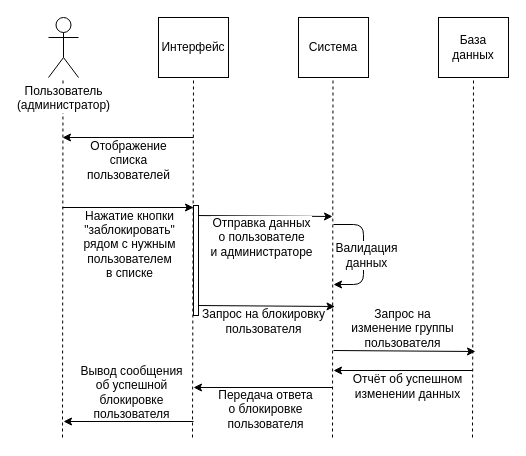
This is Diagrams/Cases Diagrams/Block User Diagram.drawio from Fake-Make/Au, a draw.io file, before an edit. Source tidied: cells renumbered, new cells numbered last; positions are measured from the earlier drawing's top-left corner, leaving out a move shared by most shapes. Both pictures are drawn from the tidied source at 100%, with x=0, y=0 at pixel (48, 17).
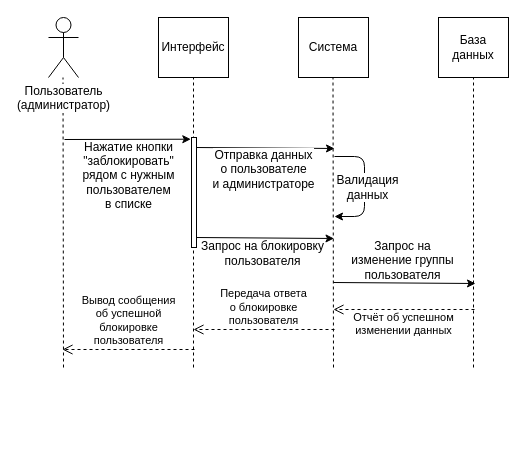
After the change.

The change refers to these unchanged cells:
```xml
<mxCell id="4" value="База данных" style="rounded=0;whiteSpace=wrap;html=1;" parent="1" vertex="1">
  <mxGeometry x="390" width="70" height="60" as="geometry" />
</mxCell>
```

What changed in the source:
```diff
@@
     <mxCell id="5" style="endArrow=none;dashed=1;html=1;entryX=0.5;entryY=1;entryDx=0;entryDy=0;" parent="1" edge="1" target="4">
       <mxGeometry relative="1" as="geometry">
-        <mxPoint x="424" y="420" as="sourcePoint" />
+        <mxPoint x="425" y="350" as="sourcePoint" />
       </mxGeometry>
     </mxCell>
     <mxCell id="6" style="endArrow=none;dashed=1;html=1;entryX=0.5;entryY=1;entryDx=0;entryDy=0;" parent="1" edge="1">
       <mxGeometry relative="1" as="geometry">
-        <mxPoint x="284" y="420" as="sourcePoint" />
+        <mxPoint x="285" y="350" as="sourcePoint" />
         <mxPoint x="284.5" y="60" as="targetPoint" />
       </mxGeometry>
     </mxCell>
     <mxCell id="7" style="endArrow=none;dashed=1;html=1;entryX=0.5;entryY=1;entryDx=0;entryDy=0;" parent="1" edge="1">
       <mxGeometry relative="1" as="geometry">
-        <mxPoint x="144" y="420" as="sourcePoint" />
+        <mxPoint x="145" y="350" as="sourcePoint" />
         <mxPoint x="145" y="60" as="targetPoint" />
       </mxGeometry>
     </mxCell>
     <mxCell id="8" style="endArrow=none;dashed=1;html=1;entryX=0.5;entryY=1;entryDx=0;entryDy=0;" parent="1" edge="1">
       <mxGeometry relative="1" as="geometry">
-        <mxPoint x="14" y="420" as="sourcePoint" />
+        <mxPoint x="15" y="350" as="sourcePoint" />
         <mxPoint x="14.5" y="60" as="targetPoint" />
       </mxGeometry>
     </mxCell>
@@
-    <mxCell id="10" style="endArrow=classic;html=1;" parent="1" edge="1">
-      <mxGeometry relative="1" as="geometry">
-        <mxPoint x="145" y="120" as="sourcePoint" />
-        <mxPoint x="14" y="120" as="targetPoint" />
-      </mxGeometry>
-    </mxCell>
-    <mxCell id="11" value="Отображение&lt;br&gt;списка&lt;br&gt;пользователей" style="text;html=1;align=center;verticalAlign=middle;labelBackgroundColor=#ffffff;" parent="10" vertex="1">
-      <mxGeometry x="0.17" relative="1" as="geometry">
-        <mxPoint x="11.5" y="22" as="offset" />
-      </mxGeometry>
-    </mxCell>
-    <mxCell id="12" style="endArrow=classic;html=1;" parent="1" edge="1">
+    <mxCell id="12" style="endArrow=classic;html=1;entryX=-0.133;entryY=0.015;entryDx=0;entryDy=0;entryPerimeter=0;" parent="1" edge="1">
       <mxGeometry relative="1" as="geometry">
-        <mxPoint x="14" y="190" as="sourcePoint" />
-        <mxPoint x="145" y="190" as="targetPoint" />
+        <mxPoint x="16" y="122" as="sourcePoint" />
+        <mxPoint x="142.3" y="121.7" as="targetPoint" />
       </mxGeometry>
     </mxCell>
@@
     <mxCell id="14" style="endArrow=classic;html=1;" parent="1" edge="1">
       <mxGeometry relative="1" as="geometry">
-        <mxPoint x="285" y="333" as="sourcePoint" />
-        <mxPoint x="427" y="334" as="targetPoint" />
+        <mxPoint x="285" y="265" as="sourcePoint" />
+        <mxPoint x="427" y="266" as="targetPoint" />
       </mxGeometry>
     </mxCell>
@@
-    <mxCell id="16" style="endArrow=classic;html=1;" parent="1" edge="1">
-      <mxGeometry relative="1" as="geometry">
-        <mxPoint x="424" y="353" as="sourcePoint" />
-        <mxPoint x="285" y="353" as="targetPoint" />
-      </mxGeometry>
-    </mxCell>
-    <mxCell id="17" value="Отчёт об успешном&lt;br&gt;изменении данных&lt;br&gt;" style="text;html=1;align=center;verticalAlign=middle;labelBackgroundColor=#ffffff;" parent="16" vertex="1">
-      <mxGeometry x="-0.36" y="1" relative="1" as="geometry">
-        <mxPoint x="-22" y="14" as="offset" />
-      </mxGeometry>
-    </mxCell>
-    <mxCell id="18" style="endArrow=classic;html=1;" parent="1" edge="1">
-      <mxGeometry relative="1" as="geometry">
-        <mxPoint x="284" y="370" as="sourcePoint" />
-        <mxPoint x="145" y="370" as="targetPoint" />
-      </mxGeometry>
-    </mxCell>
-    <mxCell id="19" value="Передача ответа&lt;br&gt;о блокировке&lt;br&gt;пользователя&lt;br&gt;" style="text;html=1;align=center;verticalAlign=middle;labelBackgroundColor=#ffffff;" parent="18" vertex="1">
-      <mxGeometry x="0.18" y="-2" relative="1" as="geometry">
-        <mxPoint x="14.5" y="23" as="offset" />
-      </mxGeometry>
-    </mxCell>
-    <mxCell id="20" style="endArrow=classic;html=1;" parent="1" edge="1">
-      <mxGeometry relative="1" as="geometry">
-        <mxPoint x="145" y="404" as="sourcePoint" />
-        <mxPoint x="15" y="404" as="targetPoint" />
-      </mxGeometry>
-    </mxCell>
-    <mxCell id="21" value="Вывод сообщения&lt;br&gt;об успешной&lt;br&gt;блокировке&lt;br&gt;пользователя&lt;br&gt;" style="text;html=1;align=center;verticalAlign=middle;labelBackgroundColor=#ffffff;" parent="20" vertex="1">
-      <mxGeometry x="-0.12" relative="1" as="geometry">
-        <mxPoint x="-6" y="-30" as="offset" />
-      </mxGeometry>
-    </mxCell>
     <mxCell id="22" style="endArrow=classic;html=1;" parent="1" edge="1">
       <mxGeometry relative="1" as="geometry">
-        <mxPoint x="147.5" y="288" as="sourcePoint" />
-        <mxPoint x="286.5" y="289" as="targetPoint" />
+        <mxPoint x="146.5" y="220" as="sourcePoint" />
+        <mxPoint x="285.5" y="221" as="targetPoint" />
       </mxGeometry>
     </mxCell>
@@
     <mxCell id="24" style="endArrow=classic;html=1;" parent="1" edge="1">
       <mxGeometry relative="1" as="geometry">
-        <mxPoint x="145" y="198" as="sourcePoint" />
-        <mxPoint x="284" y="199" as="targetPoint" />
+        <mxPoint x="147" y="130" as="sourcePoint" />
+        <mxPoint x="286" y="131" as="targetPoint" />
       </mxGeometry>
     </mxCell>
@@
     <mxCell id="26" style="endArrow=classic;html=1;" parent="1" edge="1">
       <mxGeometry relative="1" as="geometry">
-        <mxPoint x="285" y="207" as="sourcePoint" />
-        <mxPoint x="285" y="267" as="targetPoint" />
+        <mxPoint x="286" y="139" as="sourcePoint" />
+        <mxPoint x="286" y="199" as="targetPoint" />
         <Array as="points">
-          <mxPoint x="315" y="207" />
-          <mxPoint x="315" y="267" />
+          <mxPoint x="316" y="139" />
+          <mxPoint x="316" y="199" />
         </Array>
       </mxGeometry>
     </mxCell>
@@
     <mxCell id="28" style="rounded=0;whiteSpace=wrap;html=1;" parent="1" vertex="1">
-      <mxGeometry x="145" y="188" width="5" height="110" as="geometry" />
+      <mxGeometry x="143" y="120" width="5" height="110" as="geometry" />
     </mxCell>
+    <mxCell id="17" value="&lt;span&gt;Отчёт об успешном&lt;/span&gt;&lt;br&gt;&lt;span&gt;изменении данных&lt;/span&gt;" style="html=1;verticalAlign=bottom;endArrow=open;dashed=1;endSize=8;" parent="1" edge="1">
+      <mxGeometry x="0.01" y="30" relative="1" as="geometry">
+        <mxPoint x="426" y="292" as="sourcePoint" />
+        <mxPoint x="285" y="292" as="targetPoint" />
+      </mxGeometry>
+    </mxCell>
+    <mxCell id="19" value="&lt;span&gt;Передача ответа&lt;/span&gt;&lt;br&gt;&lt;span&gt;о блокировке&lt;/span&gt;&lt;br&gt;&lt;span&gt;пользователя&lt;/span&gt;" style="html=1;verticalAlign=bottom;endArrow=open;dashed=1;endSize=8;" parent="1" edge="1">
+      <mxGeometry relative="1" as="geometry">
+        <mxPoint x="286" y="312" as="sourcePoint" />
+        <mxPoint x="145" y="312" as="targetPoint" />
+      </mxGeometry>
+    </mxCell>
+    <mxCell id="21" value="&lt;span&gt;Вывод сообщения&lt;/span&gt;&lt;br&gt;&lt;span&gt;об успешной&lt;/span&gt;&lt;br&gt;&lt;span&gt;блокировке&lt;/span&gt;&lt;br&gt;&lt;span&gt;пользователя&lt;/span&gt;" style="html=1;verticalAlign=bottom;endArrow=open;dashed=1;endSize=8;" parent="1" edge="1">
+      <mxGeometry relative="1" as="geometry">
+        <mxPoint x="146" y="332" as="sourcePoint" />
+        <mxPoint x="14" y="332" as="targetPoint" />
+      </mxGeometry>
+    </mxCell>
```
